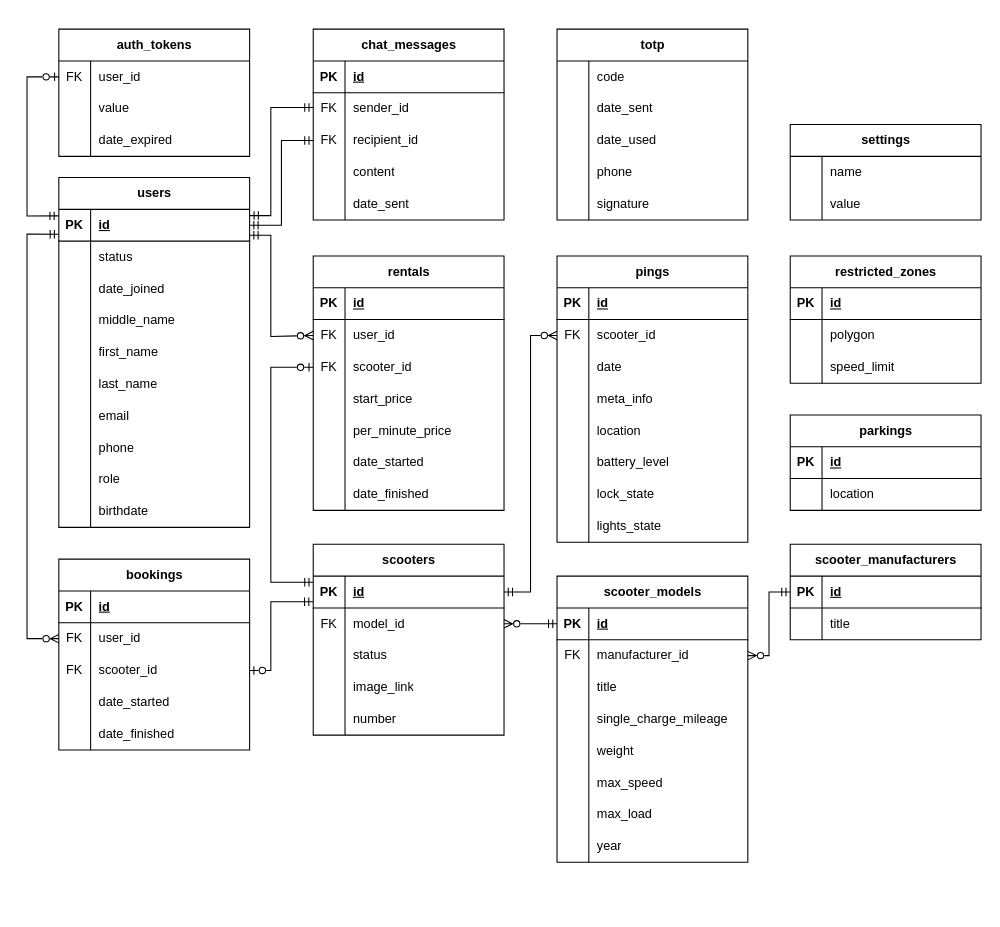
Above: docs/inc/img/db.drawio in matveycodes/bmstu-db-cw (draw.io), before the change. Source tidied: cells renumbered, new cells numbered last; positions are measured from the earlier drawing's top-left corner, leaving out a move shared by most shapes. Both pictures are drawn from the tidied source at 106%, with x=0, y=0 at pixel (26, 29).
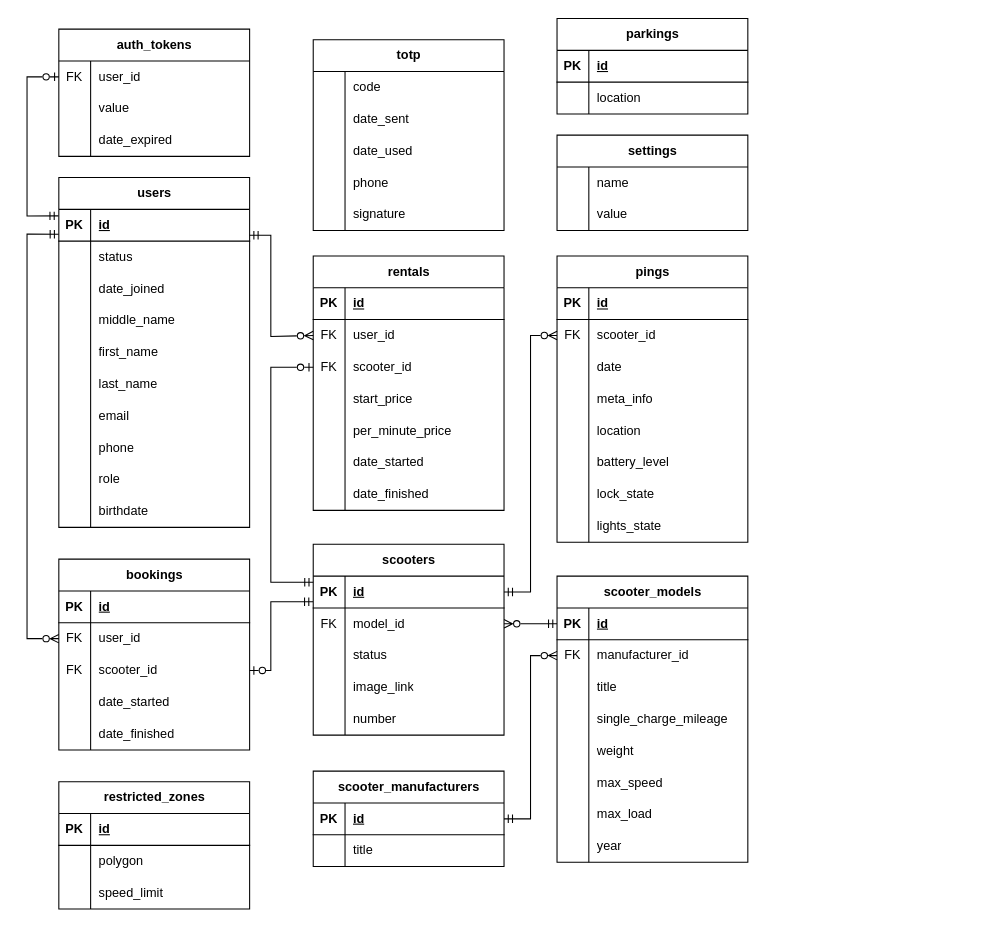
After the change.

Unchanged cells that the change refers to:
```xml
<mxCell id="106" style="shape=tableRow;horizontal=0;startSize=0;swimlaneHead=0;swimlaneBody=0;fillColor=none;points=[[0,0.5],[1,0.5]];portConstraint=eastwest;top=0;left=0;right=0;bottom=1;" parent="105" vertex="1">
  <mxGeometry y="30" width="180" height="30" as="geometry" />
</mxCell>
<mxCell id="137" style="shape=tableRow;horizontal=0;startSize=0;swimlaneHead=0;swimlaneBody=0;fillColor=none;points=[[0,0.5],[1,0.5]];portConstraint=eastwest;top=0;left=0;right=0;bottom=1;" parent="136" vertex="1">
  <mxGeometry y="30" width="180" height="30" as="geometry" />
</mxCell>
<mxCell id="147" style="shape=tableRow;horizontal=0;startSize=0;swimlaneHead=0;swimlaneBody=0;fillColor=none;points=[[0,0.5],[1,0.5]];portConstraint=eastwest;top=0;left=0;right=0;bottom=0;" parent="143" vertex="1">
  <mxGeometry y="60" width="180" height="30" as="geometry" />
</mxCell>
```

What changed in the source:
```diff
@@
     <mxCell id="2" value="restricted_zones" style="shape=table;startSize=30;childLayout=tableLayout;rowLines=0;fontStyle=1;align=center;html=1;" parent="1" vertex="1">
-      <mxGeometry x="720" y="214" width="180" height="120" as="geometry" />
+      <mxGeometry x="30" y="710" width="180" height="120" as="geometry" />
     </mxCell>
@@
     <mxCell id="12" value="parkings" style="shape=table;startSize=30;childLayout=tableLayout;rowLines=0;fontStyle=1;align=center;html=1;" parent="1" vertex="1">
-      <mxGeometry x="720" y="364" width="180" height="90" as="geometry" />
+      <mxGeometry x="500" y="-10" width="180" height="90" as="geometry" />
     </mxCell>
@@
     <mxCell id="82" value="settings" style="shape=table;startSize=30;childLayout=tableLayout;rowLines=0;fontStyle=1;align=center;html=1;" parent="1" vertex="1">
-      <mxGeometry x="720" y="90" width="180" height="90" as="geometry" />
+      <mxGeometry x="500" y="100" width="180" height="90" as="geometry" />
     </mxCell>
@@
     <mxCell id="136" value="scooter_manufacturers" style="shape=table;startSize=30;childLayout=tableLayout;rowLines=0;fontStyle=1;align=center;html=1;" parent="1" vertex="1">
-      <mxGeometry x="720" y="486" width="180" height="90" as="geometry" />
+      <mxGeometry x="270" y="700" width="180" height="90" as="geometry" />
     </mxCell>
@@
-    <mxCell id="169" style="edgeStyle=orthogonalEdgeStyle;rounded=0;jettySize=auto;html=1;exitX=1;exitY=0.5;exitDx=0;exitDy=0;entryX=0;entryY=0.5;entryDx=0;entryDy=0;endArrow=ERmandOne;endFill=0;startArrow=ERzeroToMany;startFill=0;" parent="1" edge="1" source="147" target="137">
+    <mxCell id="169" style="edgeStyle=orthogonalEdgeStyle;rounded=0;jettySize=auto;html=1;exitX=0;exitY=0.5;exitDx=0;exitDy=0;entryX=1;entryY=0.5;entryDx=0;entryDy=0;endArrow=ERmandOne;endFill=0;startArrow=ERzeroToMany;startFill=0;" parent="1" edge="1" source="147" target="137">
       <mxGeometry relative="1" as="geometry" />
     </mxCell>
@@
-    <mxCell id="173" value="chat_messages" style="shape=table;startSize=30;childLayout=tableLayout;rowLines=0;fontStyle=1;align=center;html=1;" parent="1" vertex="1">
-      <mxGeometry x="270" width="180" height="180" as="geometry" />
-    </mxCell>
-    <mxCell id="174" style="shape=tableRow;horizontal=0;startSize=0;swimlaneHead=0;swimlaneBody=0;fillColor=none;top=0;left=0;right=0;bottom=1;" parent="173" vertex="1">
-      <mxGeometry y="30" width="180" height="30" as="geometry" />
-    </mxCell>
-    <mxCell id="175" value="PK" style="shape=partialRectangle;fillColor=none;top=0;left=0;bottom=0;right=0;fontStyle=1;overflow=hidden;whiteSpace=wrap;html=1;" parent="174" vertex="1">
-      <mxGeometry width="30" height="30" as="geometry" />
-    </mxCell>
-    <mxCell id="176" value="id" style="shape=partialRectangle;fillColor=none;top=0;left=0;bottom=0;right=0;align=left;spacingLeft=6;fontStyle=5;overflow=hidden;whiteSpace=wrap;html=1;" parent="174" vertex="1">
-      <mxGeometry x="30" width="150" height="30" as="geometry" />
-    </mxCell>
-    <mxCell id="177" style="shape=tableRow;horizontal=0;startSize=0;swimlaneHead=0;swimlaneBody=0;fillColor=none;top=0;left=0;right=0;bottom=0;" parent="173" vertex="1">
-      <mxGeometry y="60" width="180" height="30" as="geometry" />
-    </mxCell>
-    <mxCell id="178" value="FK" style="shape=partialRectangle;fillColor=none;top=0;left=0;bottom=0;right=0;overflow=hidden;whiteSpace=wrap;html=1;" parent="177" vertex="1">
-      <mxGeometry width="30" height="30" as="geometry" />
-    </mxCell>
-    <mxCell id="179" value="sender_id" style="shape=partialRectangle;fillColor=none;top=0;left=0;bottom=0;right=0;align=left;spacingLeft=6;overflow=hidden;whiteSpace=wrap;html=1;" parent="177" vertex="1">
-      <mxGeometry x="30" width="150" height="30" as="geometry" />
-    </mxCell>
-    <mxCell id="180" style="shape=tableRow;horizontal=0;startSize=0;swimlaneHead=0;swimlaneBody=0;fillColor=none;points=[[0,0.5],[1,0.5]];portConstraint=eastwest;top=0;left=0;right=0;bottom=0;" parent="173" vertex="1">
-      <mxGeometry y="90" width="180" height="30" as="geometry" />
-    </mxCell>
-    <mxCell id="181" value="FK" style="shape=partialRectangle;fillColor=none;top=0;left=0;bottom=0;right=0;overflow=hidden;whiteSpace=wrap;html=1;" parent="180" vertex="1">
-      <mxGeometry width="30" height="30" as="geometry" />
-    </mxCell>
-    <mxCell id="182" value="recipient_id" style="shape=partialRectangle;fillColor=none;top=0;left=0;bottom=0;right=0;align=left;spacingLeft=6;overflow=hidden;whiteSpace=wrap;html=1;" parent="180" vertex="1">
-      <mxGeometry x="30" width="150" height="30" as="geometry" />
-    </mxCell>
-    <mxCell id="183" style="shape=tableRow;horizontal=0;startSize=0;swimlaneHead=0;swimlaneBody=0;fillColor=none;top=0;left=0;right=0;bottom=0;" parent="173" vertex="1">
-      <mxGeometry y="120" width="180" height="30" as="geometry" />
-    </mxCell>
-    <mxCell id="184" style="shape=partialRectangle;fillColor=none;top=0;left=0;bottom=0;right=0;overflow=hidden;whiteSpace=wrap;html=1;" parent="183" vertex="1">
-      <mxGeometry width="30" height="30" as="geometry" />
-    </mxCell>
-    <mxCell id="185" value="content" style="shape=partialRectangle;fillColor=none;top=0;left=0;bottom=0;right=0;align=left;spacingLeft=6;overflow=hidden;whiteSpace=wrap;html=1;" parent="183" vertex="1">
-      <mxGeometry x="30" width="150" height="30" as="geometry" />
-    </mxCell>
-    <mxCell id="186" style="shape=tableRow;horizontal=0;startSize=0;swimlaneHead=0;swimlaneBody=0;fillColor=none;top=0;left=0;right=0;bottom=0;" parent="173" vertex="1">
-      <mxGeometry y="150" width="180" height="30" as="geometry" />
-    </mxCell>
-    <mxCell id="187" style="shape=partialRectangle;fillColor=none;top=0;left=0;bottom=0;right=0;overflow=hidden;whiteSpace=wrap;html=1;" parent="186" vertex="1">
-      <mxGeometry width="30" height="30" as="geometry" />
-    </mxCell>
-    <mxCell id="188" value="date_sent" style="shape=partialRectangle;fillColor=none;top=0;left=0;bottom=0;right=0;align=left;spacingLeft=6;overflow=hidden;whiteSpace=wrap;html=1;" parent="186" vertex="1">
-      <mxGeometry x="30" width="150" height="30" as="geometry" />
-    </mxCell>
-    <mxCell id="189" style="edgeStyle=orthogonalEdgeStyle;rounded=0;orthogonalLoop=1;jettySize=auto;html=1;exitX=0;exitY=0.5;exitDx=0;exitDy=0;entryX=1.001;entryY=0.229;entryDx=0;entryDy=0;entryPerimeter=0;endArrow=ERmandOne;endFill=0;startArrow=ERmandOne;startFill=0;" parent="1" edge="1">
-      <mxGeometry relative="1" as="geometry">
-        <mxPoint x="270" y="74" as="sourcePoint" />
-        <mxPoint x="210.2" y="175.9" as="targetPoint" />
-        <Array as="points">
-          <mxPoint x="230" y="74" />
-          <mxPoint x="230" y="176" />
-        </Array>
-      </mxGeometry>
-    </mxCell>
@@
     <mxCell id="203" value="totp" style="shape=table;startSize=30;childLayout=tableLayout;rowLines=0;fontStyle=1;align=center;html=1;" parent="1" vertex="1">
-      <mxGeometry x="500" width="180" height="180" as="geometry" />
+      <mxGeometry x="270" y="10" width="180" height="180" as="geometry" />
     </mxCell>
@@
-    <mxCell id="219" style="edgeStyle=orthogonalEdgeStyle;rounded=0;jettySize=auto;html=1;exitX=0;exitY=0.5;exitDx=0;exitDy=0;entryX=1;entryY=0.5;entryDx=0;entryDy=0;endArrow=ERmandOne;endFill=0;startArrow=ERmandOne;startFill=0;" parent="1" edge="1" source="180" target="106">
-      <mxGeometry relative="1" as="geometry">
-        <Array as="points">
-          <mxPoint x="240" y="105" />
-          <mxPoint x="240" y="185" />
-        </Array>
-      </mxGeometry>
-    </mxCell>
```
